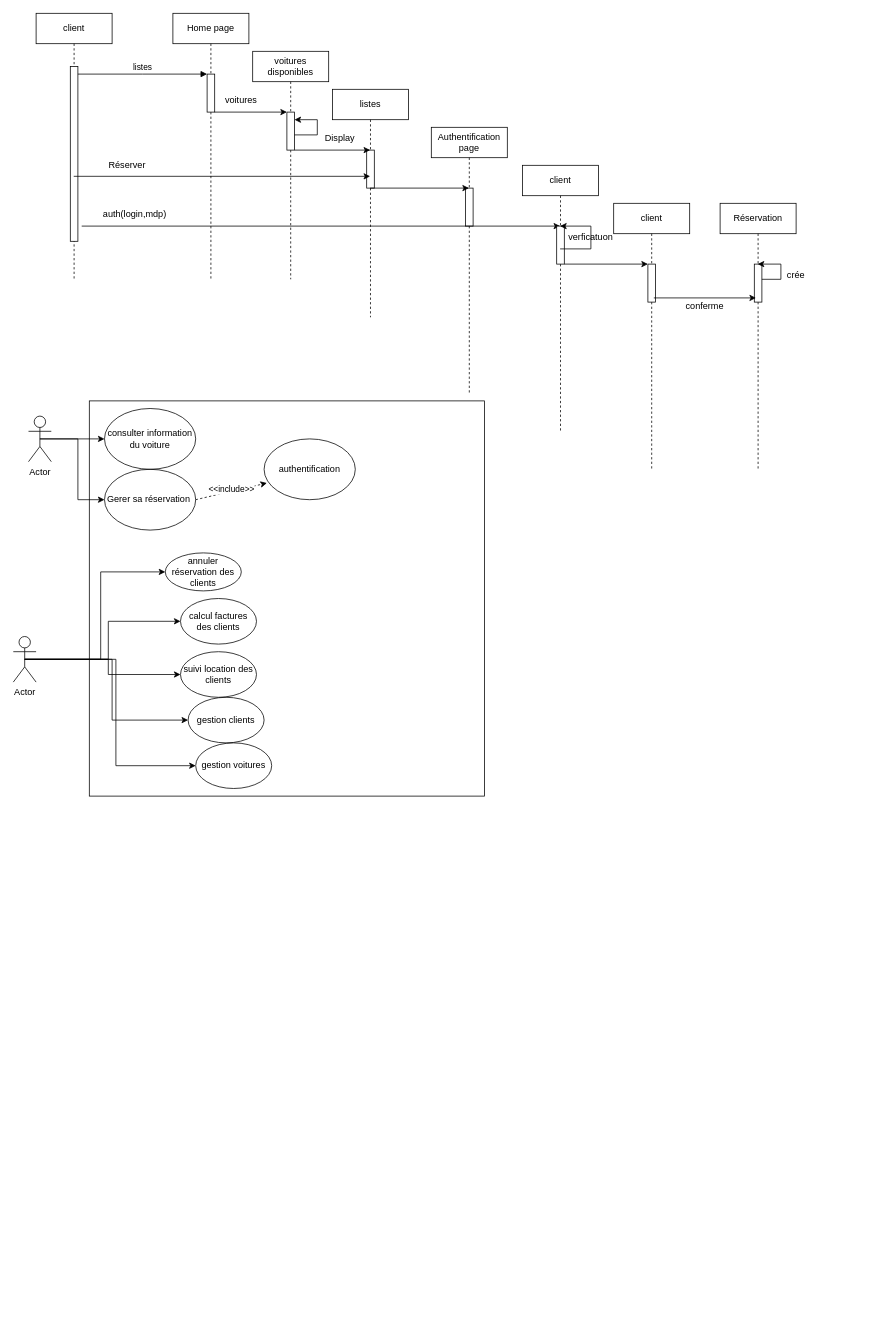
The draw.io diagram Diagramme sans nom.drawio in nacefzakaria/Picalti, before the edit. Source tidied: cells renumbered, new cells numbered last; positions are measured from the earlier drawing's top-left corner, leaving out a move shared by most shapes. Both pictures are drawn from the tidied source at 76%, with x=0, y=0 at pixel (13, 13).
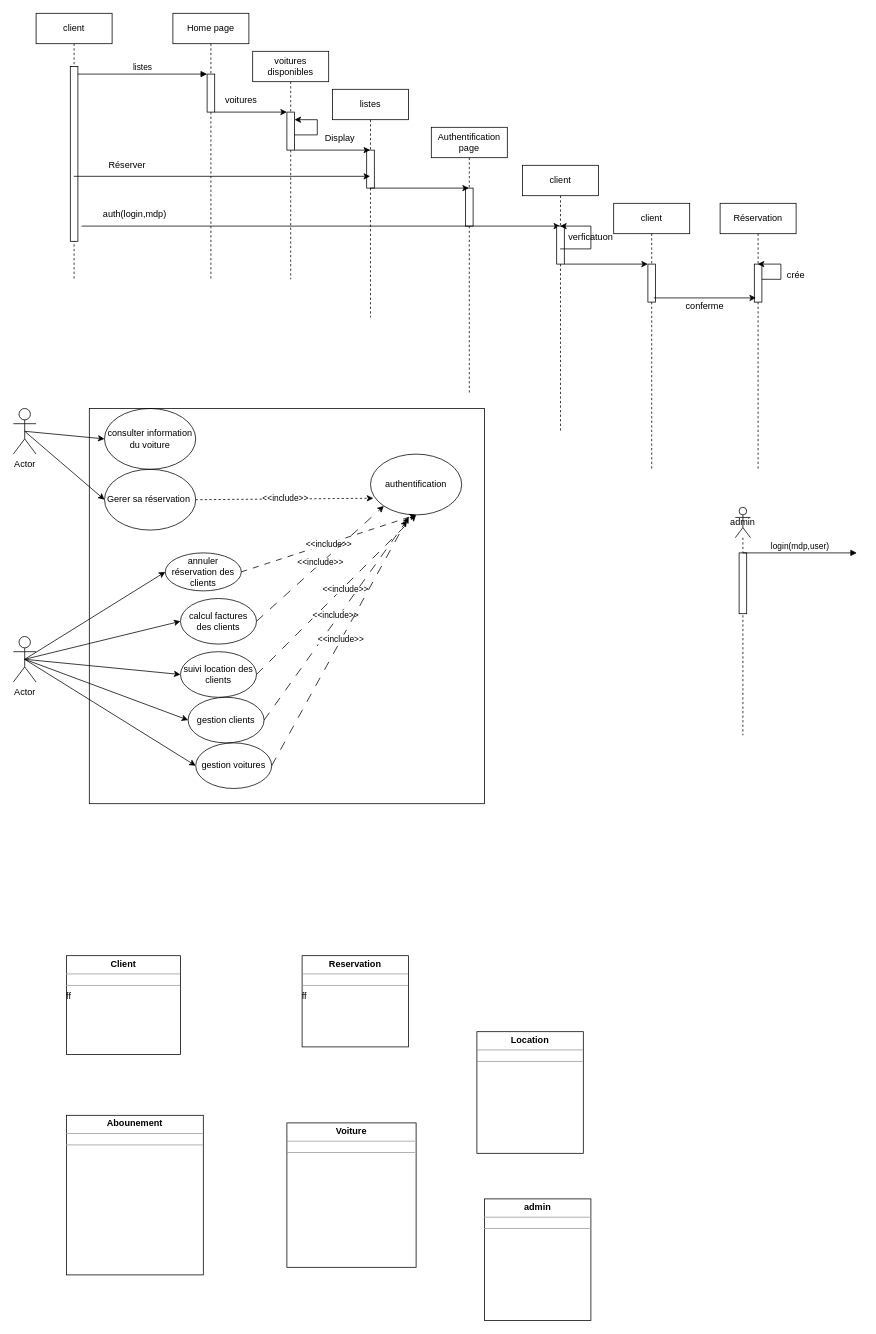
Above is the later version.

Commit message (it also covers changes not shown here):
Mettre à jour Diagramme sans nom.drawio

Unchanged cells that the change refers to:
```xml
<mxCell id="40" value="consulter information du voiture" style="ellipse;whiteSpace=wrap;html=1;fillColor=none;" parent="1" vertex="1">
  <mxGeometry x="120" y="520" width="120" height="80" as="geometry" />
</mxCell>
<mxCell id="43" value="Gerer sa réservation&amp;nbsp;" style="ellipse;whiteSpace=wrap;html=1;fillColor=none;" parent="1" vertex="1">
  <mxGeometry x="120" y="600" width="120" height="80" as="geometry" />
</mxCell>
<mxCell id="44" value="annuler réservation des&lt;br/&gt;clients" style="ellipse;whiteSpace=wrap;html=1;fillColor=none;" parent="1" vertex="1">
  <mxGeometry x="200" y="710" width="100" height="50" as="geometry" />
</mxCell>
<mxCell id="45" value="suivi location des clients" style="ellipse;whiteSpace=wrap;html=1;fillColor=none;" parent="1" vertex="1">
  <mxGeometry x="220" y="840" width="100" height="60" as="geometry" />
</mxCell>
<mxCell id="46" value="calcul factures&lt;br&gt;des clients" style="ellipse;whiteSpace=wrap;html=1;gradientColor=none;fillColor=none;" parent="1" vertex="1">
  <mxGeometry x="220" y="770" width="100" height="60" as="geometry" />
</mxCell>
<mxCell id="47" value="gestion clients" style="ellipse;whiteSpace=wrap;html=1;fillColor=none;" parent="1" vertex="1">
  <mxGeometry x="230" y="900" width="100" height="60" as="geometry" />
</mxCell>
<mxCell id="48" value="gestion voitures" style="ellipse;whiteSpace=wrap;html=1;fillColor=none;" parent="1" vertex="1">
  <mxGeometry x="240" y="960" width="100" height="60" as="geometry" />
</mxCell>
<mxCell id="55" value="Actor" style="shape=umlActor;verticalLabelPosition=bottom;verticalAlign=top;html=1;outlineConnect=0;" parent="1" vertex="1">
  <mxGeometry y="820" width="30" height="60" as="geometry" />
</mxCell>
```

Change to the diagram source:
```diff
@@
-    <mxCell id="36" style="edgeStyle=orthogonalEdgeStyle;rounded=0;jettySize=auto;html=1;exitX=0.5;exitY=0.5;exitDx=0;exitDy=0;exitPerimeter=0;entryX=0;entryY=0.5;entryDx=0;entryDy=0;" parent="1" edge="1" source="38" target="40">
+    <mxCell id="36" style="rounded=0;jettySize=auto;html=1;exitX=0.5;exitY=0.5;exitDx=0;exitDy=0;exitPerimeter=0;entryX=0;entryY=0.5;entryDx=0;entryDy=0;" parent="1" edge="1" source="38" target="40">
       <mxGeometry relative="1" as="geometry" />
     </mxCell>
-    <mxCell id="37" style="edgeStyle=orthogonalEdgeStyle;rounded=0;jettySize=auto;html=1;exitX=0.5;exitY=0.5;exitDx=0;exitDy=0;exitPerimeter=0;entryX=0;entryY=0.5;entryDx=0;entryDy=0;" parent="1" edge="1" source="38" target="43">
+    <mxCell id="37" style="rounded=0;jettySize=auto;html=1;exitX=0.5;exitY=0.5;exitDx=0;exitDy=0;exitPerimeter=0;entryX=0;entryY=0.5;entryDx=0;entryDy=0;" parent="1" edge="1" source="38" target="43">
       <mxGeometry relative="1" as="geometry" />
     </mxCell>
     <mxCell id="38" value="Actor" style="shape=umlActor;verticalLabelPosition=bottom;verticalAlign=top;html=1;outlineConnect=0;" parent="1" vertex="1">
-      <mxGeometry x="20" y="530" width="30" height="60" as="geometry" />
+      <mxGeometry y="520" width="30" height="60" as="geometry" />
     </mxCell>
     <mxCell id="39" style="whiteSpace=wrap;html=1;fillColor=none;" parent="1" vertex="1">
-      <mxGeometry x="100" y="510" width="520" height="520" as="geometry" />
+      <mxGeometry x="100" y="520" width="520" height="520" as="geometry" />
     </mxCell>
@@
+    <mxCell id="58" style="rounded=0;jettySize=auto;html=1;exitX=1;exitY=0.5;exitDx=0;exitDy=0;entryX=0.5;entryY=1;entryDx=0;entryDy=0;dashed=1;dashPattern=8 8;" parent="1" edge="1" source="44" target="49">
+      <mxGeometry relative="1" as="geometry" />
+    </mxCell>
+    <mxCell id="59" value="&amp;lt;&amp;lt;include&amp;gt;&amp;gt;" style="edgeLabel;html=1;align=center;verticalAlign=middle;" parent="58" vertex="1">
+      <mxGeometry x="-0.02" relative="1" as="geometry">
+        <mxPoint x="1" as="offset" />
+      </mxGeometry>
+    </mxCell>
@@
+    <mxCell id="60" style="rounded=0;jettySize=auto;html=1;exitX=1;exitY=0.5;exitDx=0;exitDy=0;dashed=1;dashPattern=12 12;entryX=0.5;entryY=1;entryDx=0;entryDy=0;" parent="1" edge="1" source="45" target="49">
+      <mxGeometry relative="1" as="geometry" />
+    </mxCell>
+    <mxCell id="61" value="&amp;lt;&amp;lt;include&amp;gt;&amp;gt;" style="edgeLabel;html=1;align=center;verticalAlign=middle;" parent="60" vertex="1">
+      <mxGeometry x="0.1" y="-2" relative="1" as="geometry">
+        <mxPoint y="1" as="offset" />
+      </mxGeometry>
+    </mxCell>
@@
+    <mxCell id="62" style="rounded=0;jettySize=auto;html=1;exitX=1;exitY=0.5;exitDx=0;exitDy=0;dashed=1;dashPattern=12 12;entryX=0;entryY=1;entryDx=0;entryDy=0;" parent="1" edge="1" source="46" target="49">
+      <mxGeometry relative="1" as="geometry" />
+    </mxCell>
+    <mxCell id="63" value="&amp;lt;&amp;lt;include&amp;gt;&amp;gt;" style="edgeLabel;html=1;align=center;verticalAlign=middle;" parent="62" vertex="1">
+      <mxGeometry x="0.01" y="1" relative="1" as="geometry" />
+    </mxCell>
@@
+    <mxCell id="64" style="rounded=0;jettySize=auto;html=1;exitX=1;exitY=0.5;exitDx=0;exitDy=0;dashed=1;dashPattern=12 12;entryX=0.401;entryY=1.088;entryDx=0;entryDy=0;entryPerimeter=0;" parent="1" edge="1" source="47" target="49">
+      <mxGeometry relative="1" as="geometry" />
+    </mxCell>
+    <mxCell id="65" value="&amp;lt;&amp;lt;include&amp;gt;&amp;gt;" style="edgeLabel;html=1;align=center;verticalAlign=middle;" parent="64" vertex="1">
+      <mxGeometry x="0.03" y="5" relative="1" as="geometry" />
+    </mxCell>
@@
+    <mxCell id="66" style="rounded=0;jettySize=auto;html=1;exitX=1;exitY=0.5;exitDx=0;exitDy=0;dashed=1;dashPattern=12 12;entryX=0.419;entryY=1.032;entryDx=0;entryDy=0;entryPerimeter=0;" parent="1" edge="1" source="48" target="49">
+      <mxGeometry relative="1" as="geometry" />
+    </mxCell>
+    <mxCell id="67" value="&amp;lt;&amp;lt;include&amp;gt;&amp;gt;" style="edgeLabel;html=1;align=center;verticalAlign=middle;" parent="66" vertex="1">
+      <mxGeometry x="0.01" y="1" relative="1" as="geometry" />
+    </mxCell>
@@
     <mxCell id="49" value="authentification" style="ellipse;whiteSpace=wrap;html=1;fillColor=none;" parent="1" vertex="1">
-      <mxGeometry x="330" y="560" width="120" height="80" as="geometry" />
+      <mxGeometry x="470" y="580" width="120" height="80" as="geometry" />
     </mxCell>
-    <mxCell id="50" style="edgeStyle=orthogonalEdgeStyle;rounded=0;jettySize=auto;html=1;exitX=0.5;exitY=0.5;exitDx=0;exitDy=0;exitPerimeter=0;entryX=0;entryY=0.5;entryDx=0;entryDy=0;" parent="1" edge="1" source="55" target="44">
+    <mxCell id="50" style="rounded=0;jettySize=auto;html=1;exitX=0.5;exitY=0.5;exitDx=0;exitDy=0;exitPerimeter=0;entryX=0;entryY=0.5;entryDx=0;entryDy=0;" parent="1" edge="1" source="55" target="44">
       <mxGeometry relative="1" as="geometry" />
     </mxCell>
-    <mxCell id="51" style="edgeStyle=orthogonalEdgeStyle;rounded=0;jettySize=auto;html=1;exitX=0.5;exitY=0.5;exitDx=0;exitDy=0;exitPerimeter=0;entryX=0;entryY=0.5;entryDx=0;entryDy=0;" parent="1" edge="1" source="55" target="46">
+    <mxCell id="51" style="rounded=0;jettySize=auto;html=1;exitX=0.5;exitY=0.5;exitDx=0;exitDy=0;exitPerimeter=0;entryX=0;entryY=0.5;entryDx=0;entryDy=0;" parent="1" edge="1" source="55" target="46">
       <mxGeometry relative="1" as="geometry" />
     </mxCell>
-    <mxCell id="52" style="edgeStyle=orthogonalEdgeStyle;rounded=0;jettySize=auto;html=1;exitX=0.5;exitY=0.5;exitDx=0;exitDy=0;exitPerimeter=0;entryX=0;entryY=0.5;entryDx=0;entryDy=0;" parent="1" edge="1" source="55" target="45">
+    <mxCell id="52" style="rounded=0;jettySize=auto;html=1;exitX=0.5;exitY=0.5;exitDx=0;exitDy=0;exitPerimeter=0;entryX=0;entryY=0.5;entryDx=0;entryDy=0;" parent="1" edge="1" source="55" target="45">
       <mxGeometry relative="1" as="geometry" />
     </mxCell>
-    <mxCell id="53" style="edgeStyle=orthogonalEdgeStyle;rounded=0;jettySize=auto;html=1;exitX=0.5;exitY=0.5;exitDx=0;exitDy=0;exitPerimeter=0;entryX=0;entryY=0.5;entryDx=0;entryDy=0;" parent="1" edge="1" source="55" target="47">
+    <mxCell id="53" style="rounded=0;jettySize=auto;html=1;exitX=0.5;exitY=0.5;exitDx=0;exitDy=0;exitPerimeter=0;entryX=0;entryY=0.5;entryDx=0;entryDy=0;" parent="1" edge="1" source="55" target="47">
       <mxGeometry relative="1" as="geometry" />
     </mxCell>
-    <mxCell id="54" style="edgeStyle=orthogonalEdgeStyle;rounded=0;jettySize=auto;html=1;exitX=0.5;exitY=0.5;exitDx=0;exitDy=0;exitPerimeter=0;entryX=0;entryY=0.5;entryDx=0;entryDy=0;" parent="1" edge="1" source="55" target="48">
+    <mxCell id="54" style="rounded=0;jettySize=auto;html=1;exitX=0.5;exitY=0.5;exitDx=0;exitDy=0;exitPerimeter=0;entryX=0;entryY=0.5;entryDx=0;entryDy=0;" parent="1" edge="1" source="55" target="48">
       <mxGeometry relative="1" as="geometry" />
     </mxCell>
@@
+    <mxCell id="68" value="&lt;p style=&quot;margin:0px;margin-top:4px;text-align:center;&quot;&gt;&lt;b&gt;Reservation&lt;/b&gt;&lt;/p&gt;&lt;hr size=&quot;1&quot;&gt;&lt;div style=&quot;height:2px;&quot;&gt;&lt;/div&gt;&lt;hr size=&quot;1&quot;&gt;&lt;div style=&quot;height:2px;&quot;&gt;ff&lt;/div&gt;" style="verticalAlign=top;align=left;overflow=fill;fontSize=12;fontFamily=Helvetica;html=1;whiteSpace=wrap;" parent="1" vertex="1">
+      <mxGeometry x="380" y="1240" width="140" height="120" as="geometry" />
+    </mxCell>
+    <mxCell id="69" value="&lt;p style=&quot;margin:0px;margin-top:4px;text-align:center;&quot;&gt;&lt;b&gt;Location&lt;/b&gt;&lt;/p&gt;&lt;hr size=&quot;1&quot;&gt;&lt;div style=&quot;height:2px;&quot;&gt;&lt;/div&gt;&lt;hr size=&quot;1&quot;&gt;&lt;div style=&quot;height:2px;&quot;&gt;&lt;/div&gt;" style="verticalAlign=top;align=left;overflow=fill;fontSize=12;fontFamily=Helvetica;html=1;whiteSpace=wrap;" parent="1" vertex="1">
+      <mxGeometry x="610" y="1340" width="140" height="160" as="geometry" />
+    </mxCell>
+    <mxCell id="70" value="&lt;p style=&quot;margin:0px;margin-top:4px;text-align:center;&quot;&gt;&lt;b&gt;Voiture&lt;/b&gt;&lt;/p&gt;&lt;hr size=&quot;1&quot;&gt;&lt;div style=&quot;height:2px;&quot;&gt;&lt;/div&gt;&lt;hr size=&quot;1&quot;&gt;&lt;div style=&quot;height:2px;&quot;&gt;&lt;/div&gt;" style="verticalAlign=top;align=left;overflow=fill;fontSize=12;fontFamily=Helvetica;html=1;whiteSpace=wrap;" parent="1" vertex="1">
+      <mxGeometry x="360" y="1460" width="170" height="190" as="geometry" />
+    </mxCell>
+    <mxCell id="71" value="&lt;p style=&quot;margin:0px;margin-top:4px;text-align:center;&quot;&gt;&lt;b&gt;Abounement&lt;/b&gt;&lt;/p&gt;&lt;hr size=&quot;1&quot;&gt;&lt;div style=&quot;height:2px;&quot;&gt;&lt;/div&gt;&lt;hr size=&quot;1&quot;&gt;&lt;div style=&quot;height:2px;&quot;&gt;&lt;/div&gt;" style="verticalAlign=top;align=left;overflow=fill;fontSize=12;fontFamily=Helvetica;html=1;whiteSpace=wrap;" parent="1" vertex="1">
+      <mxGeometry x="70" y="1450" width="180" height="210" as="geometry" />
+    </mxCell>
+    <mxCell id="72" value="&lt;p style=&quot;margin:0px;margin-top:4px;text-align:center;&quot;&gt;&lt;b&gt;Client&lt;/b&gt;&lt;/p&gt;&lt;hr size=&quot;1&quot;&gt;&lt;div style=&quot;height:2px;&quot;&gt;&lt;/div&gt;&lt;hr size=&quot;1&quot;&gt;&lt;div style=&quot;height:2px;&quot;&gt;ff&lt;/div&gt;" style="verticalAlign=top;align=left;overflow=fill;fontSize=12;fontFamily=Helvetica;html=1;whiteSpace=wrap;" parent="1" vertex="1">
+      <mxGeometry x="70" y="1240" width="150" height="130" as="geometry" />
+    </mxCell>
+    <mxCell id="73" value="admin" style="shape=umlLifeline;perimeter=lifelinePerimeter;whiteSpace=wrap;html=1;newEdgeStyle={&quot;curved&quot;:0,&quot;rounded&quot;:0};participant=umlActor;size=40;" parent="1" vertex="1">
+      <mxGeometry x="950" y="650" width="20" height="300" as="geometry" />
+    </mxCell>
+    <mxCell id="74" style="html=1;perimeter=orthogonalPerimeter;targetShapes=umlLifeline;newEdgeStyle={&quot;curved&quot;:0,&quot;rounded&quot;:0};" parent="73" vertex="1">
+      <mxGeometry x="5" y="60" width="10" height="80" as="geometry" />
+    </mxCell>
+    <mxCell id="75" value="login(mdp,user)" style="html=1;verticalAlign=bottom;endArrow=block;curved=0;rounded=0;" parent="1" edge="1">
+      <mxGeometry relative="1" as="geometry">
+        <mxPoint x="960" y="710" as="sourcePoint" />
+        <mxPoint x="1110" y="710" as="targetPoint" />
+      </mxGeometry>
+    </mxCell>
+    <mxCell id="76" value="&lt;p style=&quot;margin:0px;margin-top:4px;text-align:center;&quot;&gt;&lt;b&gt;admin&lt;/b&gt;&lt;/p&gt;&lt;hr size=&quot;1&quot;&gt;&lt;div style=&quot;height:2px;&quot;&gt;&lt;/div&gt;&lt;hr size=&quot;1&quot;&gt;&lt;div style=&quot;height:2px;&quot;&gt;&lt;/div&gt;" style="verticalAlign=top;align=left;overflow=fill;fontSize=12;fontFamily=Helvetica;html=1;whiteSpace=wrap;" parent="1" vertex="1">
+      <mxGeometry x="620" y="1560" width="140" height="160" as="geometry" />
+    </mxCell>
```
